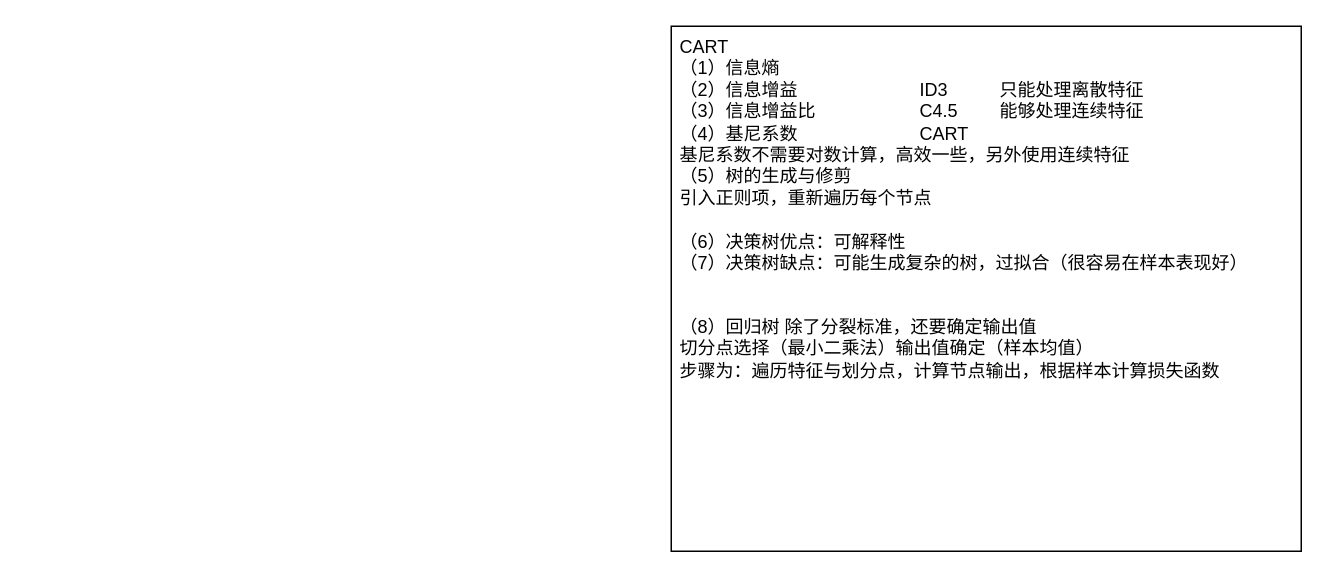
Earlier version of the draw.io diagram 树模型.drawio (limpid-11/drawio). Source tidied: cells renumbered, new cells numbered last; positions are measured from the earlier drawing's top-left corner, leaving out a move shared by most shapes. Both pictures are drawn from the tidied source at 150%, with x=0, y=0 at pixel (670, 26).
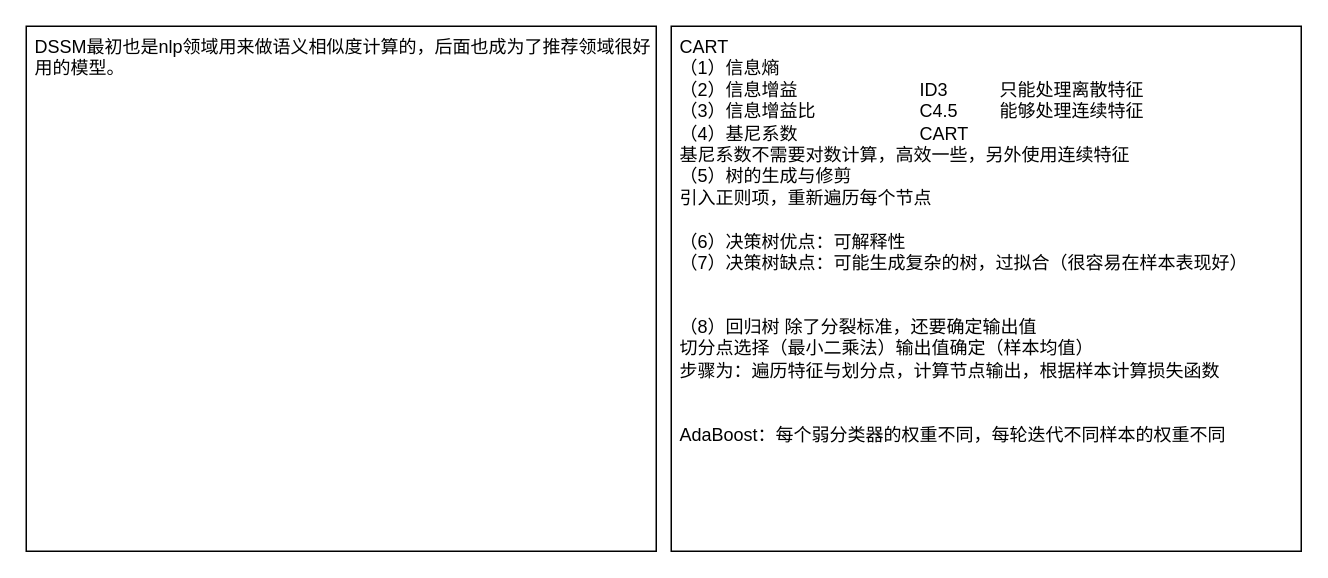
The same diagram, later.

Commit message:
更新树模型.drawio

Change to the diagram source:
```diff
@@
 <mxGraphModel>
   <root>
     <mxCell id="0" />
     <mxCell id="1" parent="0" />
-    <mxCell id="2" value="CART&lt;div&gt;（1）信息熵&lt;span style=&quot;white-space: pre;&quot;&gt;&#9;&lt;/span&gt;&lt;span style=&quot;white-space: pre;&quot;&gt;&#9;&lt;/span&gt;&lt;span style=&quot;white-space: pre;&quot;&gt;&#9;&lt;/span&gt;&lt;span style=&quot;white-space: pre;&quot;&gt;&#9;&lt;/span&gt;&lt;/div&gt;&lt;div&gt;（2）信息增益&lt;span style=&quot;white-space: pre;&quot;&gt;&#9;&lt;/span&gt;&lt;span style=&quot;white-space: pre;&quot;&gt;&#9;&lt;/span&gt;&lt;span style=&quot;white-space: pre;&quot;&gt;&#9;&lt;/span&gt;&lt;span style=&quot;background-color: initial;&quot;&gt;ID3 &lt;span style=&quot;white-space: pre;&quot;&gt;&#9;&lt;/span&gt;&lt;span style=&quot;white-space: pre;&quot;&gt;&#9;&lt;/span&gt;只能处理离散特征&lt;/span&gt;&lt;/div&gt;&lt;div&gt;（3）信息增益比&lt;span style=&quot;white-space: pre;&quot;&gt;&#9;&lt;/span&gt;&lt;span style=&quot;white-space: pre;&quot;&gt;&#9;&lt;/span&gt;&lt;span style=&quot;white-space: pre;&quot;&gt;&#9;&lt;/span&gt;C4.5&lt;span style=&quot;white-space: pre;&quot;&gt;&#9;&lt;/span&gt;能够处理连续特征&lt;/div&gt;&lt;div&gt;（4）基尼系数&lt;span style=&quot;white-space: pre;&quot;&gt;&#9;&lt;/span&gt;&lt;span style=&quot;white-space: pre;&quot;&gt;&#9;&lt;/span&gt;&lt;span style=&quot;white-space: pre;&quot;&gt;&#9;&lt;/span&gt;CART&lt;span style=&quot;white-space: pre;&quot;&gt;&#9;&lt;/span&gt;&lt;/div&gt;&lt;div&gt;基尼系数不需要对数计算，高效一些，另外使用连续特征&lt;/div&gt;&lt;div&gt;（5）树的生成与修剪&lt;/div&gt;&lt;div&gt;引入正则项，重新遍历每个节点&lt;/div&gt;&lt;div&gt;&lt;br&gt;&lt;/div&gt;&lt;div&gt;（6）决策树优点：可解释性&lt;/div&gt;&lt;div&gt;（7）决策树缺点：可能生成复杂的树，过拟合（很容易在样本表现好）&lt;/div&gt;&lt;div&gt;&lt;br&gt;&lt;/div&gt;&lt;div&gt;&lt;br&gt;&lt;/div&gt;&lt;div&gt;（8）回归树 除了分裂标准，还要确定输出值&lt;/div&gt;&lt;div&gt;切分点选择（最小二乘法）输出值确定（样本均值）&lt;/div&gt;&lt;div&gt;步骤为：遍历特征与划分点，计算节点输出，根据样本计算损失函数&lt;/div&gt;" style="rounded=0;whiteSpace=wrap;html=1;align=left;verticalAlign=top;spacingLeft=4;" parent="1" vertex="1">
+    <mxCell id="2" value="CART&lt;div&gt;（1）信息熵&lt;span style=&quot;white-space: pre;&quot;&gt;&#9;&lt;/span&gt;&lt;span style=&quot;white-space: pre;&quot;&gt;&#9;&lt;/span&gt;&lt;span style=&quot;white-space: pre;&quot;&gt;&#9;&lt;/span&gt;&lt;span style=&quot;white-space: pre;&quot;&gt;&#9;&lt;/span&gt;&lt;/div&gt;&lt;div&gt;（2）信息增益&lt;span style=&quot;white-space: pre;&quot;&gt;&#9;&lt;/span&gt;&lt;span style=&quot;white-space: pre;&quot;&gt;&#9;&lt;/span&gt;&lt;span style=&quot;white-space: pre;&quot;&gt;&#9;&lt;/span&gt;&lt;span style=&quot;background-color: initial;&quot;&gt;ID3 &lt;span style=&quot;white-space: pre;&quot;&gt;&#9;&lt;/span&gt;&lt;span style=&quot;white-space: pre;&quot;&gt;&#9;&lt;/span&gt;只能处理离散特征&lt;/span&gt;&lt;/div&gt;&lt;div&gt;（3）信息增益比&lt;span style=&quot;white-space: pre;&quot;&gt;&#9;&lt;/span&gt;&lt;span style=&quot;white-space: pre;&quot;&gt;&#9;&lt;/span&gt;&lt;span style=&quot;white-space: pre;&quot;&gt;&#9;&lt;/span&gt;C4.5&lt;span style=&quot;white-space: pre;&quot;&gt;&#9;&lt;/span&gt;能够处理连续特征&lt;/div&gt;&lt;div&gt;（4）基尼系数&lt;span style=&quot;white-space: pre;&quot;&gt;&#9;&lt;/span&gt;&lt;span style=&quot;white-space: pre;&quot;&gt;&#9;&lt;/span&gt;&lt;span style=&quot;white-space: pre;&quot;&gt;&#9;&lt;/span&gt;CART&lt;span style=&quot;white-space: pre;&quot;&gt;&#9;&lt;/span&gt;&lt;/div&gt;&lt;div&gt;基尼系数不需要对数计算，高效一些，另外使用连续特征&lt;/div&gt;&lt;div&gt;（5）树的生成与修剪&lt;/div&gt;&lt;div&gt;引入正则项，重新遍历每个节点&lt;/div&gt;&lt;div&gt;&lt;br&gt;&lt;/div&gt;&lt;div&gt;（6）决策树优点：可解释性&lt;/div&gt;&lt;div&gt;（7）决策树缺点：可能生成复杂的树，过拟合（很容易在样本表现好）&lt;/div&gt;&lt;div&gt;&lt;br&gt;&lt;/div&gt;&lt;div&gt;&lt;br&gt;&lt;/div&gt;&lt;div&gt;（8）回归树 除了分裂标准，还要确定输出值&lt;/div&gt;&lt;div&gt;切分点选择（最小二乘法）输出值确定（样本均值）&lt;/div&gt;&lt;div&gt;步骤为：遍历特征与划分点，计算节点输出，根据样本计算损失函数&lt;/div&gt;&lt;div&gt;&lt;br&gt;&lt;/div&gt;&lt;div&gt;&lt;br&gt;&lt;/div&gt;&lt;div&gt;AdaBoost：每个弱分类器的权重不同，每轮迭代不同样本的权重不同&lt;/div&gt;&lt;div&gt;&lt;br&gt;&lt;/div&gt;" style="rounded=0;whiteSpace=wrap;html=1;align=left;verticalAlign=top;spacingLeft=4;" parent="1" vertex="1">
       <mxGeometry width="420" height="350" as="geometry" />
     </mxCell>
+    <mxCell id="3" value="&lt;div&gt;DSSM最初也是nlp领域用来做语义相似度计算的，后面也成为了推荐领域很好用的模型。&lt;/div&gt;" style="rounded=0;whiteSpace=wrap;html=1;align=left;verticalAlign=top;spacingLeft=4;" parent="1" vertex="1">
+      <mxGeometry x="-430" width="420" height="350" as="geometry" />
+    </mxCell>
   </root>
 </mxGraphModel>
```
